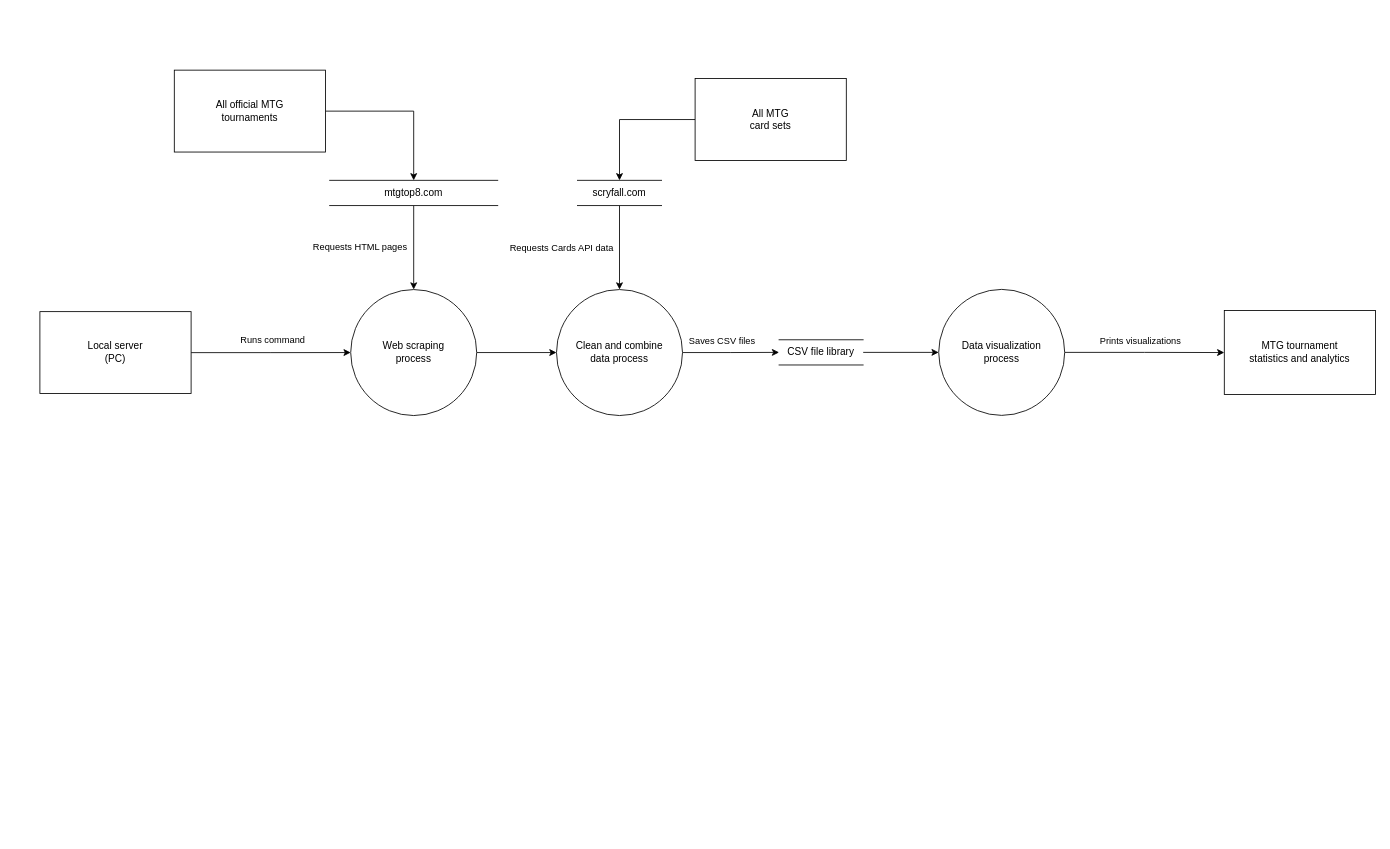
This is page "DFD-Level1" (2 of 5) of assets/images/portfolio/mcp-scrapper.drawio from gmarti-web/gmarti-web.github.io, a draw.io file, before an edit. Source tidied: cells renumbered, new cells numbered last; positions are measured from the earlier drawing's top-left corner, leaving out a move shared by most shapes. Both pictures are drawn from the tidied source at 84%, with x=0, y=0 at pixel (39, 70).
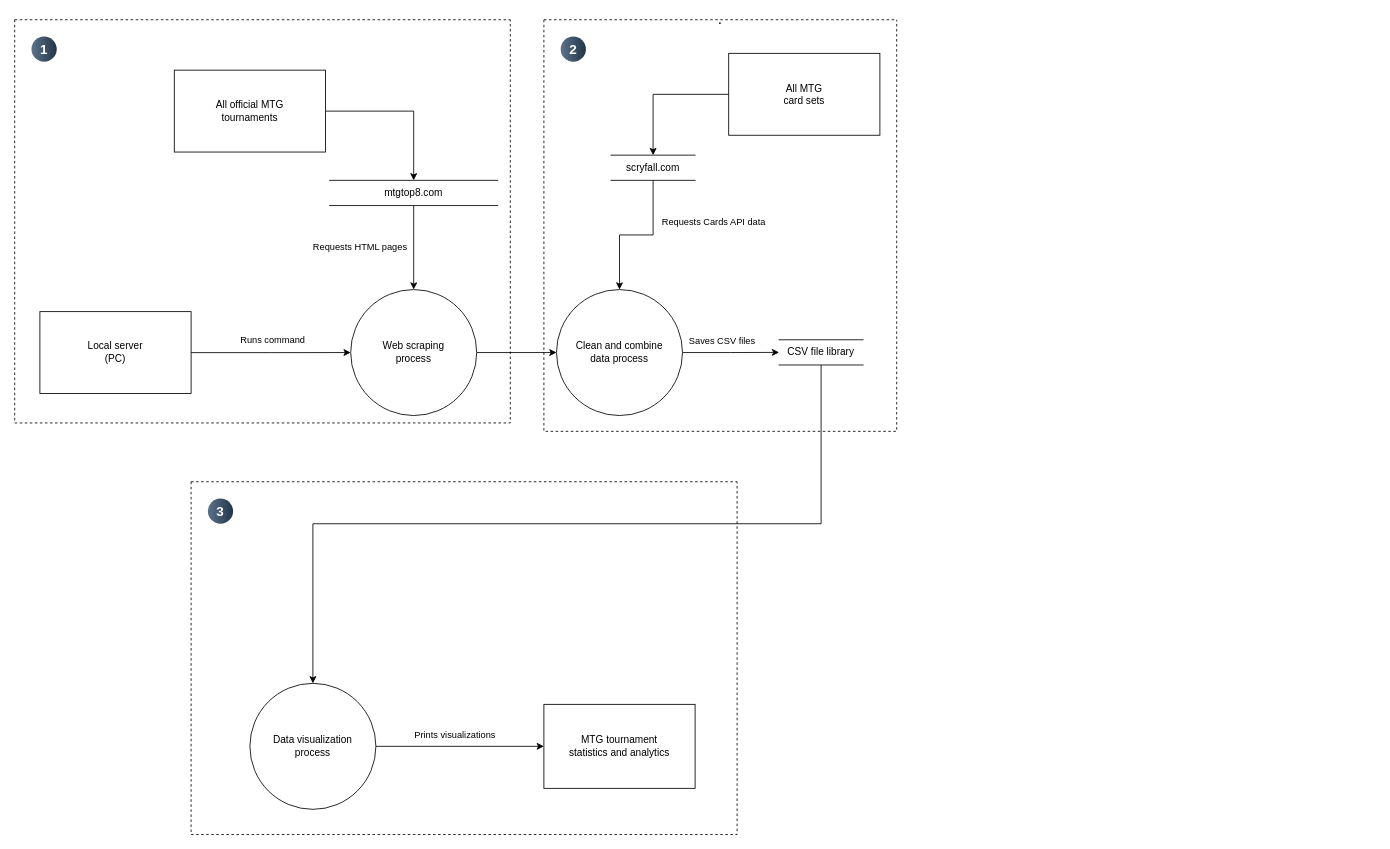
After the change.

The change refers to these unchanged cells:
```xml
<mxCell id="9" style="edgeStyle=orthogonalEdgeStyle;rounded=0;jettySize=auto;html=1;" parent="1" edge="1" source="11" target="16">
  <mxGeometry relative="1" as="geometry" />
</mxCell>
<mxCell id="21" value="CSV file library" style="html=1;dashed=0;whiteSpace=wrap;shape=partialRectangle;right=0;left=0;" parent="1" vertex="1">
  <mxGeometry x="880" y="321" width="100" height="30" as="geometry" />
</mxCell>
```

The edit, as a diff of the source:
```diff
@@
     <mxCell id="10" value="Requests Cards API data" style="edgeLabel;html=1;align=center;verticalAlign=middle;" parent="9" vertex="1">
       <mxGeometry x="-0.03" y="3" relative="1" as="geometry">
-        <mxPoint x="-73" y="1" as="offset" />
+        <mxPoint x="88" y="-19" as="offset" />
       </mxGeometry>
     </mxCell>
     <mxCell id="11" value="scryfall.com" style="html=1;dashed=0;whiteSpace=wrap;shape=partialRectangle;right=0;left=0;" parent="1" vertex="1">
-      <mxGeometry x="640" y="131.2" width="100" height="30" as="geometry" />
+      <mxGeometry x="680" y="101.2" width="100" height="30" as="geometry" />
     </mxCell>
@@
     <mxCell id="13" value="&lt;div&gt;All MTG&lt;/div&gt;&lt;div&gt;card sets&lt;/div&gt;" style="html=1;dashed=0;whiteSpace=wrap;" parent="1" vertex="1">
-      <mxGeometry x="780" y="10" width="180" height="97.5" as="geometry" />
+      <mxGeometry x="820" y="-20" width="180" height="97.5" as="geometry" />
     </mxCell>
@@
     <mxCell id="20" style="edgeStyle=orthogonalEdgeStyle;rounded=0;jettySize=auto;html=1;" parent="1" edge="1" source="21" target="24">
-      <mxGeometry relative="1" as="geometry" />
+      <mxGeometry relative="1" as="geometry">
+        <Array as="points">
+          <mxPoint x="930" y="540" />
+          <mxPoint x="325" y="540" />
+        </Array>
+      </mxGeometry>
     </mxCell>
@@
     <mxCell id="24" value="&lt;div&gt;Data visualization&lt;/div&gt;&lt;div&gt;process&lt;/div&gt;" style="shape=ellipse;html=1;dashed=0;whiteSpace=wrap;perimeter=ellipsePerimeter;" parent="1" vertex="1">
-      <mxGeometry x="1070" y="261" width="150" height="150" as="geometry" />
+      <mxGeometry x="250" y="730" width="150" height="150" as="geometry" />
     </mxCell>
     <mxCell id="25" value="&lt;div&gt;MTG tournament&lt;/div&gt;&lt;div&gt;statistics and analytics&lt;/div&gt;" style="html=1;dashed=0;whiteSpace=wrap;" parent="1" vertex="1">
-      <mxGeometry x="1410" y="286.2" width="180" height="100" as="geometry" />
+      <mxGeometry x="600" y="755" width="180" height="100" as="geometry" />
     </mxCell>
+    <mxCell id="26" style="swimlane;startSize=0;dashed=1;" parent="1" vertex="1">
+      <mxGeometry x="-30" y="-60" width="590" height="480" as="geometry" />
+    </mxCell>
+    <mxCell id="27" value="1" style="ellipse;whiteSpace=wrap;html=1;rotation=0;gradientColor=#223548;strokeColor=none;gradientDirection=east;fillColor=#5b738b;rounded=0;fontFamily=Helvetica;fontSize=16;fontColor=#FFFFFF;spacingTop=4;spacingBottom=4;spacingLeft=4;spacingRight=4;fontStyle=1;" parent="26" vertex="1">
+      <mxGeometry x="20" y="20" width="30" height="30" as="geometry" />
+    </mxCell>
+    <mxCell id="28" value="." style="swimlane;startSize=0;dashed=1;" parent="1" vertex="1">
+      <mxGeometry x="600" y="-60" width="420" height="490" as="geometry" />
+    </mxCell>
+    <mxCell id="29" value="2" style="ellipse;whiteSpace=wrap;html=1;rotation=0;gradientColor=#223548;strokeColor=none;gradientDirection=east;fillColor=#5b738b;rounded=0;fontFamily=Helvetica;fontSize=16;fontColor=#FFFFFF;spacingTop=4;spacingBottom=4;spacingLeft=4;spacingRight=4;fontStyle=1;" parent="28" vertex="1">
+      <mxGeometry x="20" y="20" width="30" height="30" as="geometry" />
+    </mxCell>
+    <mxCell id="30" style="swimlane;startSize=0;dashed=1;" parent="1" vertex="1">
+      <mxGeometry x="180" y="490" width="650" height="420" as="geometry" />
+    </mxCell>
+    <mxCell id="31" value="3" style="ellipse;whiteSpace=wrap;html=1;rotation=0;gradientColor=#223548;strokeColor=none;gradientDirection=east;fillColor=#5b738b;rounded=0;fontFamily=Helvetica;fontSize=16;fontColor=#FFFFFF;spacingTop=4;spacingBottom=4;spacingLeft=4;spacingRight=4;fontStyle=1;" parent="30" vertex="1">
+      <mxGeometry x="20" y="20" width="30" height="30" as="geometry" />
+    </mxCell>
```
